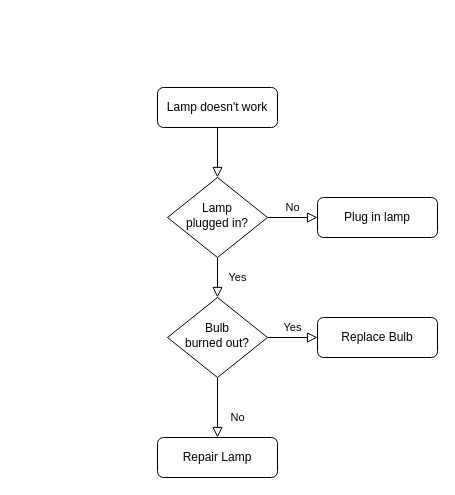
The draw.io diagram Untitled Diagram.drawio in mnebarrita/PLDL01E, before the edit. Source tidied: cells renumbered, new cells numbered last; positions are measured from the earlier drawing's top-left corner, leaving out a move shared by most shapes. Both pictures are drawn from the tidied source at 100%, with x=0, y=0 at pixel (157, 87).
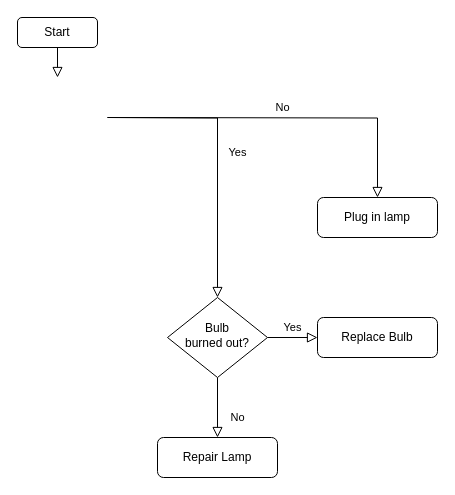
Above is the later version.

Commit message:
Barrita_Flowchart

Change to the diagram source:
```diff
@@
 <mxGraphModel>
   <root>
     <mxCell id="0" />
     <mxCell id="1" parent="0" />
-    <mxCell id="2" style="rounded=0;html=1;jettySize=auto;fontSize=11;endArrow=block;endFill=0;endSize=8;strokeWidth=1;shadow=0;labelBackgroundColor=none;edgeStyle=orthogonalEdgeStyle;" parent="1" edge="1" source="3" target="6">
-      <mxGeometry relative="1" as="geometry" />
+    <mxCell id="2" style="rounded=0;html=1;jettySize=auto;fontSize=11;endArrow=block;endFill=0;endSize=8;strokeWidth=1;shadow=0;labelBackgroundColor=none;edgeStyle=orthogonalEdgeStyle;exitX=0.5;exitY=1;exitDx=0;exitDy=0;" parent="1" edge="1" source="13">
+      <mxGeometry relative="1" as="geometry">
+        <mxPoint x="-100" y="-10" as="targetPoint" />
+      </mxGeometry>
     </mxCell>
-    <mxCell id="3" value="Lamp doesn't work" style="rounded=1;whiteSpace=wrap;html=1;fontSize=12;glass=0;strokeWidth=1;shadow=0;" parent="1" vertex="1">
-      <mxGeometry width="120" height="40" as="geometry" />
-    </mxCell>
-    <mxCell id="4" value="Yes" style="rounded=0;html=1;jettySize=auto;fontSize=11;endArrow=block;endFill=0;endSize=8;strokeWidth=1;shadow=0;labelBackgroundColor=none;edgeStyle=orthogonalEdgeStyle;" parent="1" edge="1" source="6" target="10">
-      <mxGeometry y="20" relative="1" as="geometry" />
+    <mxCell id="4" value="Yes" style="rounded=0;html=1;jettySize=auto;fontSize=11;endArrow=block;endFill=0;endSize=8;strokeWidth=1;shadow=0;labelBackgroundColor=none;edgeStyle=orthogonalEdgeStyle;" parent="1" edge="1" target="10">
+      <mxGeometry y="20" relative="1" as="geometry">
+        <mxPoint x="-50" y="30" as="sourcePoint" />
+      </mxGeometry>
     </mxCell>
-    <mxCell id="5" value="No" style="edgeStyle=orthogonalEdgeStyle;rounded=0;html=1;jettySize=auto;fontSize=11;endArrow=block;endFill=0;endSize=8;strokeWidth=1;shadow=0;labelBackgroundColor=none;" parent="1" edge="1" source="6" target="7">
-      <mxGeometry y="10" relative="1" as="geometry" />
+    <mxCell id="5" value="No" style="edgeStyle=orthogonalEdgeStyle;rounded=0;html=1;jettySize=auto;fontSize=11;endArrow=block;endFill=0;endSize=8;strokeWidth=1;shadow=0;labelBackgroundColor=none;" parent="1" edge="1" target="7">
+      <mxGeometry y="10" relative="1" as="geometry">
+        <mxPoint x="-50" y="30" as="sourcePoint" />
+      </mxGeometry>
     </mxCell>
-    <mxCell id="6" value="Lamp&lt;br&gt;plugged in?" style="rhombus;whiteSpace=wrap;html=1;shadow=0;fontFamily=Helvetica;fontSize=12;align=center;strokeWidth=1;spacing=6;spacingTop=-4;" parent="1" vertex="1">
-      <mxGeometry x="10" y="90" width="100" height="80" as="geometry" />
-    </mxCell>
     <mxCell id="7" value="Plug in lamp" style="rounded=1;whiteSpace=wrap;html=1;fontSize=12;glass=0;strokeWidth=1;shadow=0;" parent="1" vertex="1">
       <mxGeometry x="160" y="110" width="120" height="40" as="geometry" />
     </mxCell>
     <mxCell id="8" value="No" style="rounded=0;html=1;jettySize=auto;fontSize=11;endArrow=block;endFill=0;endSize=8;strokeWidth=1;shadow=0;labelBackgroundColor=none;edgeStyle=orthogonalEdgeStyle;" parent="1" edge="1" source="10" target="11">
       <mxGeometry x="0.33" y="20" relative="1" as="geometry" />
     </mxCell>
     <mxCell id="9" value="Yes" style="edgeStyle=orthogonalEdgeStyle;rounded=0;html=1;jettySize=auto;fontSize=11;endArrow=block;endFill=0;endSize=8;strokeWidth=1;shadow=0;labelBackgroundColor=none;" parent="1" edge="1" source="10" target="12">
       <mxGeometry y="10" relative="1" as="geometry" />
     </mxCell>
     <mxCell id="10" value="Bulb&lt;br&gt;burned out?" style="rhombus;whiteSpace=wrap;html=1;shadow=0;fontFamily=Helvetica;fontSize=12;align=center;strokeWidth=1;spacing=6;spacingTop=-4;" parent="1" vertex="1">
       <mxGeometry x="10" y="210" width="100" height="80" as="geometry" />
     </mxCell>
     <mxCell id="11" value="Repair Lamp" style="rounded=1;whiteSpace=wrap;html=1;fontSize=12;glass=0;strokeWidth=1;shadow=0;" parent="1" vertex="1">
       <mxGeometry y="350" width="120" height="40" as="geometry" />
     </mxCell>
     <mxCell id="12" value="Replace Bulb" style="rounded=1;whiteSpace=wrap;html=1;fontSize=12;glass=0;strokeWidth=1;shadow=0;" parent="1" vertex="1">
       <mxGeometry x="160" y="230" width="120" height="40" as="geometry" />
     </mxCell>
+    <mxCell id="13" value="Start" style="rounded=1;whiteSpace=wrap;html=1;" parent="1" vertex="1">
+      <mxGeometry x="-140" y="-70" width="80" height="30" as="geometry" />
+    </mxCell>
   </root>
 </mxGraphModel>
```
